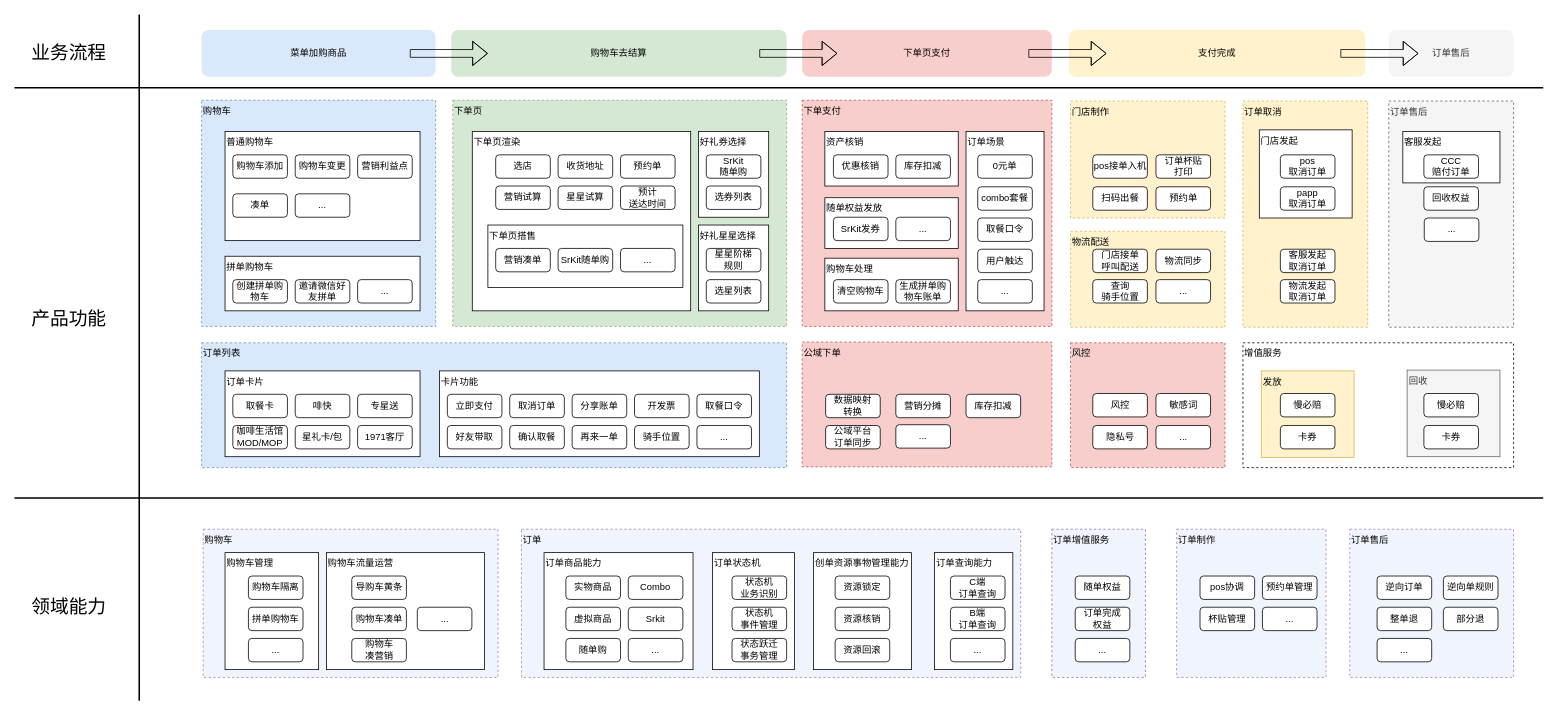
alexzhang2015/PC2.0 keeps this draw.io diagram as page "业务架构" (1 of 3) of OMS2.0业务架构.drawio. Above is the earlier version. Source tidied: cells renumbered, new cells numbered last; positions are measured from the earlier drawing's top-left corner, leaving out a move shared by most shapes. Both pictures are drawn from the tidied source at 78%, with x=0, y=0 at pixel (14, 14).
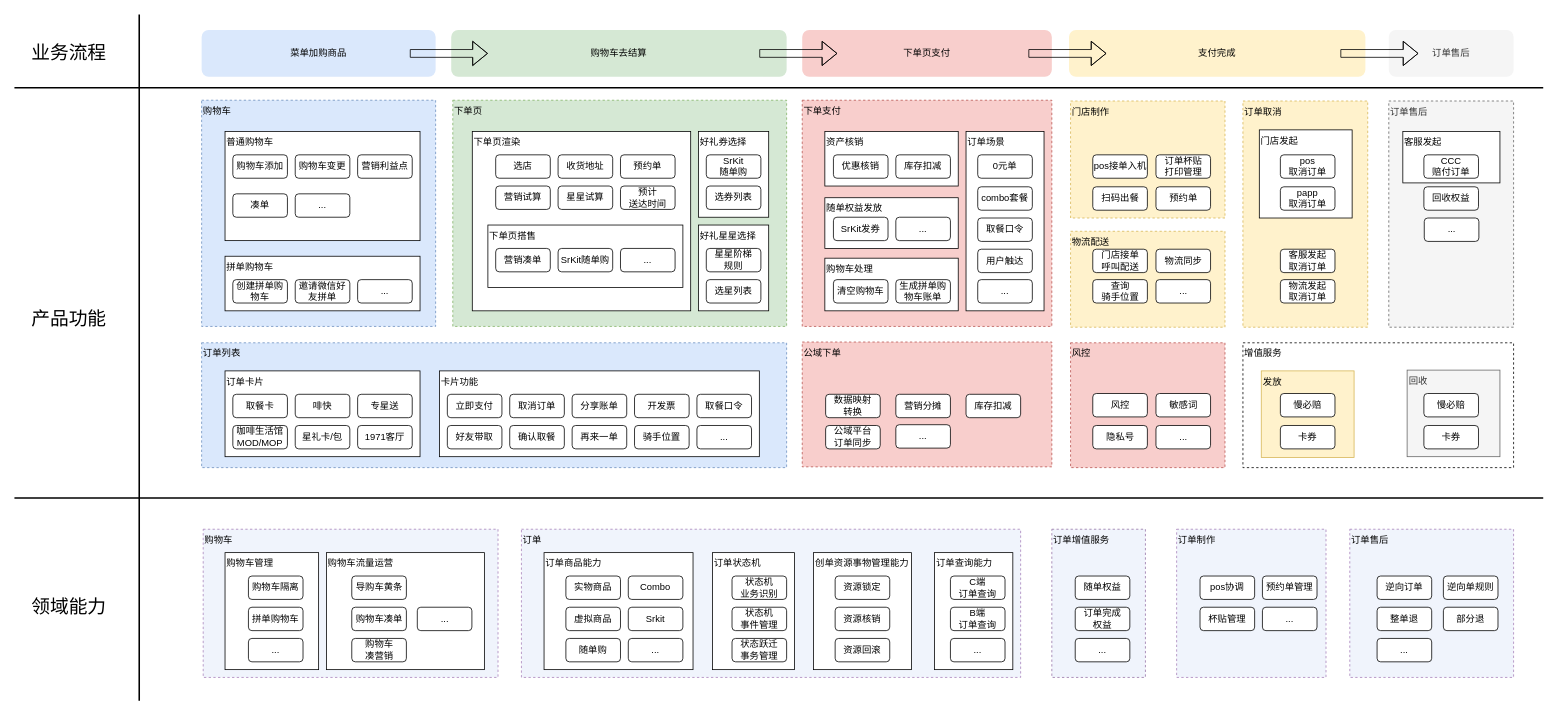
Above is the later version.

What changed in the source:
```diff
@@
-    <mxCell id="72" value="订单&lt;span style=&quot;background-color: initial;&quot;&gt;杯贴&lt;/span&gt;&lt;div&gt;&lt;span style=&quot;background-color: initial;&quot;&gt;打印&lt;/span&gt;&lt;/div&gt;" style="rounded=1;whiteSpace=wrap;html=1;" parent="1" vertex="1">
+    <mxCell id="72" value="订单&lt;span style=&quot;background-color: initial;&quot;&gt;杯贴&lt;/span&gt;&lt;div&gt;&lt;div&gt;&lt;span style=&quot;background-color: initial;&quot;&gt;打印管理&lt;/span&gt;&lt;/div&gt;&lt;/div&gt;" style="rounded=1;whiteSpace=wrap;html=1;" parent="1" vertex="1">
       <mxGeometry x="1463.5" y="180" width="70" height="30" as="geometry" />
     </mxCell>
```
